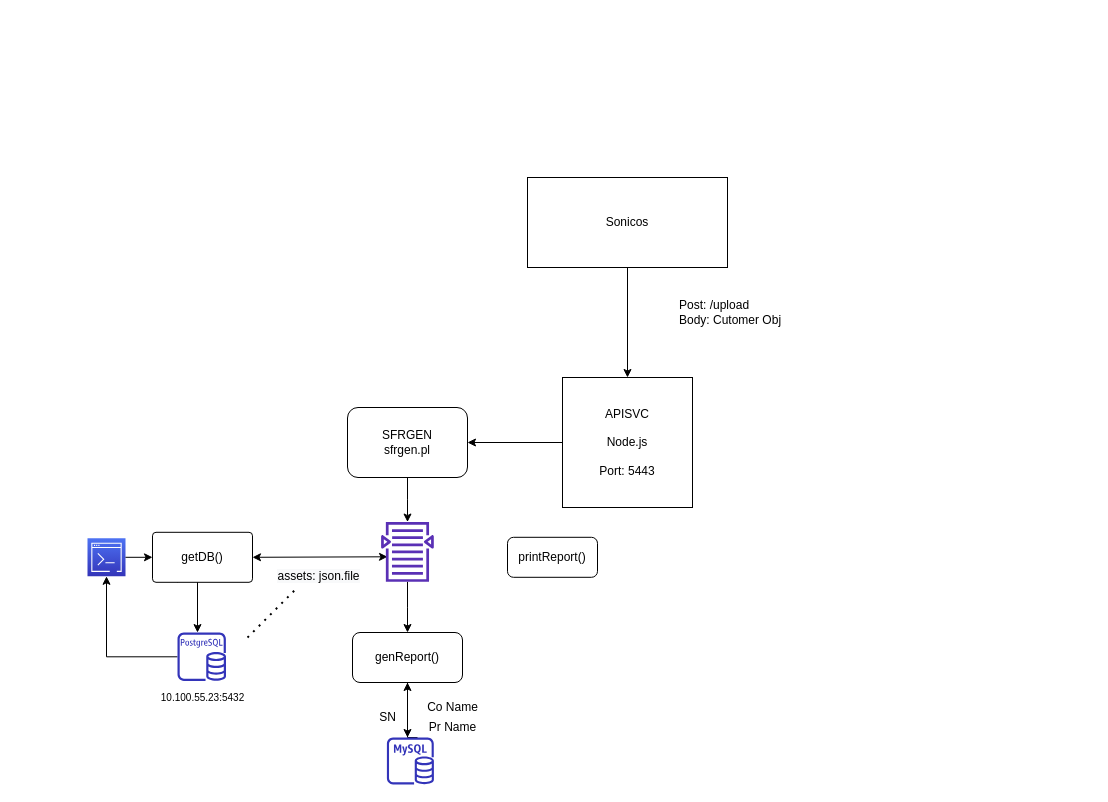
This is Untitled Diagram.drawio from BranceLee/begin-app, a draw.io file, before an edit. Source tidied: cells renumbered, new cells numbered last; positions are measured from the earlier drawing's top-left corner, leaving out a move shared by most shapes. Both pictures are drawn from the tidied source at 100%, with x=0, y=0 at pixel (87, 177). Pictures stored in the file or linked from it are replaced by grey dashed boxes.
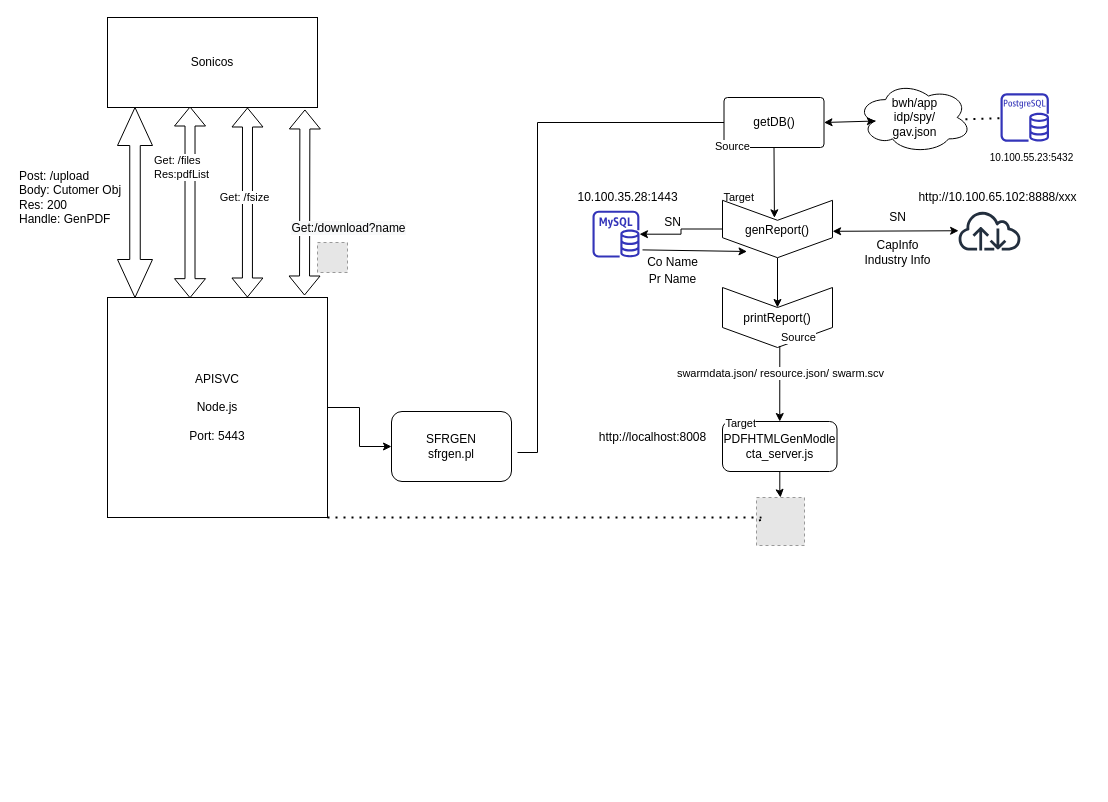
The same diagram, later.

Diff of the diagram source:
```diff
@@
     <mxCell id="2" value="Sonicos" style="rounded=0;whiteSpace=wrap;html=1;" parent="1" vertex="1">
-      <mxGeometry x="440" width="200" height="90" as="geometry" />
+      <mxGeometry x="20" y="-160" width="210" height="90" as="geometry" />
     </mxCell>
-    <mxCell id="3" value="Post: /upload&lt;br&gt;Body: Cutomer Obj" style="text;html=1;align=left;verticalAlign=middle;" parent="1" vertex="1">
-      <mxGeometry x="590" y="120" width="120" height="30" as="geometry" />
+    <mxCell id="3" value="Post: /upload&lt;br&gt;Body: Cutomer Obj&lt;br&gt;Res: 200&lt;br&gt;Handle: GenPDF" style="text;html=1;align=left;verticalAlign=middle;" parent="1" vertex="1">
+      <mxGeometry x="-70" y="-10" width="120" height="60" as="geometry" />
     </mxCell>
@@
     <mxCell id="5" value="APISVC&lt;br&gt;&lt;br&gt;Node.js&lt;br&gt;&lt;br&gt;Port: 5443" style="whiteSpace=wrap;html=1;" parent="1" vertex="1">
-      <mxGeometry x="475" y="200" width="130" height="130" as="geometry" />
+      <mxGeometry x="20" y="120" width="220" height="220" as="geometry" />
     </mxCell>
-    <mxCell id="6" style="edgeStyle=orthogonalEdgeStyle;rounded=0;jettySize=auto;html=1;" parent="1" edge="1" source="7" target="19">
-      <mxGeometry relative="1" as="geometry" />
+    <mxCell id="6" style="edgeStyle=orthogonalEdgeStyle;rounded=0;jettySize=auto;html=1;entryX=1;entryY=0.5;entryDx=0;entryDy=0;" parent="1" edge="1" target="10">
+      <mxGeometry relative="1" as="geometry">
+        <mxPoint x="430" y="275" as="sourcePoint" />
+        <Array as="points">
+          <mxPoint x="450" y="275" />
+          <mxPoint x="450" y="-55" />
+        </Array>
+      </mxGeometry>
     </mxCell>
     <mxCell id="7" value="SFRGEN&lt;br&gt;sfrgen.pl" style="rounded=1;whiteSpace=wrap;html=1;" parent="1" vertex="1">
-      <mxGeometry x="260" y="230" width="120" height="70" as="geometry" />
+      <mxGeometry x="304" y="234" width="120" height="70" as="geometry" />
     </mxCell>
-    <mxCell id="8" style="endArrow=classic;html=1;exitX=0.5;exitY=1;exitDx=0;exitDy=0;entryX=0.5;entryY=0;entryDx=0;entryDy=0;" parent="1" edge="1" source="2" target="5">
-      <mxGeometry relative="1" as="geometry" />
-    </mxCell>
-    <mxCell id="9" style="edgeStyle=orthogonalEdgeStyle;rounded=0;jettySize=auto;html=1;exitX=0.25;exitY=1;exitDx=0;exitDy=0;" parent="1" edge="1" source="10" target="22">
-      <mxGeometry relative="1" as="geometry">
-        <Array as="points">
-          <mxPoint x="90" y="392" />
-          <mxPoint x="110" y="392" />
-        </Array>
-      </mxGeometry>
-    </mxCell>
     <mxCell id="10" value="getDB()" style="whiteSpace=wrap;html=1;rounded=1;arcSize=7;" parent="1" vertex="1">
-      <mxGeometry x="65" y="354.8" width="100" height="50" as="geometry" />
+      <mxGeometry x="636.5" y="-80" width="100" height="50" as="geometry" />
     </mxCell>
-    <mxCell id="11" style="edgeStyle=orthogonalEdgeStyle;rounded=0;jettySize=auto;html=1;" parent="1" edge="1" source="12">
-      <mxGeometry relative="1" as="geometry">
-        <mxPoint x="320" y="560" as="targetPoint" />
-      </mxGeometry>
-    </mxCell>
-    <mxCell id="12" value="genReport()" style="whiteSpace=wrap;html=1;rounded=1;" parent="1" vertex="1">
-      <mxGeometry x="265" y="455" width="110" height="50" as="geometry" />
-    </mxCell>
-    <mxCell id="13" style="edgeStyle=orthogonalEdgeStyle;rounded=0;jettySize=auto;html=1;" parent="1" edge="1" source="22" target="14">
-      <mxGeometry relative="1" as="geometry" />
-    </mxCell>
-    <mxCell id="14" style="outlineConnect=0;fontColor=#232F3E;gradientColor=#4D72F3;gradientDirection=north;fillColor=#3334B9;strokeColor=#ffffff;dashed=0;verticalLabelPosition=bottom;verticalAlign=top;align=center;html=1;fontSize=12;fontStyle=0;shape=mxgraph.aws4.resourceIcon;resIcon=mxgraph.aws4.command_line_interface;" parent="1" vertex="1">
-      <mxGeometry y="360.8" width="38" height="38" as="geometry" />
-    </mxCell>
-    <mxCell id="15" style="endArrow=classic;html=1;entryX=0;entryY=0.5;entryDx=0;entryDy=0;" parent="1" edge="1" source="14" target="10">
-      <mxGeometry relative="1" as="geometry" />
-    </mxCell>
-    <mxCell id="16" value="&lt;span style=&quot;font-size: 12px ; background-color: rgb(248 , 249 , 250)&quot;&gt;assets: json.file&lt;/span&gt;" style="edgeLabel;html=1;align=center;verticalAlign=middle;" parent="15" vertex="1">
-      <mxGeometry relative="1" as="geometry">
-        <mxPoint x="178.7" y="19" as="offset" />
-      </mxGeometry>
-    </mxCell>
-    <mxCell id="17" style="endArrow=classic;startArrow=classic;html=1;exitX=1;exitY=0.5;exitDx=0;exitDy=0;" parent="1" edge="1" source="10">
-      <mxGeometry relative="1" as="geometry">
-        <mxPoint x="300" y="379.3" as="targetPoint" />
-      </mxGeometry>
-    </mxCell>
-    <mxCell id="18" style="edgeStyle=orthogonalEdgeStyle;rounded=0;jettySize=auto;html=1;" parent="1" edge="1" source="19" target="12">
-      <mxGeometry relative="1" as="geometry" />
-    </mxCell>
-    <mxCell id="19" style="outlineConnect=0;fontColor=#232F3E;gradientColor=none;fillColor=#5A30B5;strokeColor=none;dashed=0;verticalLabelPosition=bottom;verticalAlign=top;align=center;html=1;fontSize=12;fontStyle=0;shape=mxgraph.aws4.search_documents;" parent="1" vertex="1">
-      <mxGeometry x="293.6" y="344.2" width="52.7" height="60.5" as="geometry" />
-    </mxCell>
     <mxCell id="20" value="&lt;font style=&quot;font-size: 10px&quot;&gt;10.100.55.23:5432&lt;/font&gt;" style="text;html=1;align=center;verticalAlign=middle;" parent="1" vertex="1">
-      <mxGeometry x="55" y="510" width="120" height="20" as="geometry" />
+      <mxGeometry x="884" y="-30" width="120" height="20" as="geometry" />
     </mxCell>
-    <mxCell id="21" style="endArrow=none;dashed=1;html=1;dashPattern=1 3;strokeWidth=2;" parent="1" edge="1">
-      <mxGeometry relative="1" as="geometry">
-        <mxPoint x="160" y="460" as="sourcePoint" />
-        <mxPoint x="210" y="410" as="targetPoint" />
-      </mxGeometry>
-    </mxCell>
     <mxCell id="22" style="outlineConnect=0;fontColor=#232F3E;gradientColor=none;fillColor=#3334B9;strokeColor=none;dashed=0;verticalLabelPosition=bottom;verticalAlign=top;align=center;html=1;fontSize=12;fontStyle=0;shape=mxgraph.aws4.rds_postgresql_instance;" parent="1" vertex="1">
-      <mxGeometry x="90" y="455" width="48.5" height="48.5" as="geometry" />
+      <mxGeometry x="913" y="-84.2" width="48.5" height="48.5" as="geometry" />
     </mxCell>
-    <mxCell id="23" style="edgeStyle=orthogonalEdgeStyle;rounded=0;jettySize=auto;html=1;" parent="1" edge="1" source="24" target="12">
-      <mxGeometry relative="1" as="geometry">
-        <Array as="points">
-          <mxPoint x="330" y="560" />
-        </Array>
-      </mxGeometry>
-    </mxCell>
     <mxCell id="24" style="outlineConnect=0;fontColor=#232F3E;gradientColor=none;fillColor=#3334B9;strokeColor=none;dashed=0;verticalLabelPosition=bottom;verticalAlign=top;align=center;html=1;fontSize=12;fontStyle=0;shape=mxgraph.aws4.rds_mysql_instance;" parent="1" vertex="1">
-      <mxGeometry x="299.4" y="560" width="47" height="47" as="geometry" />
+      <mxGeometry x="505" y="33.1" width="47" height="47" as="geometry" />
     </mxCell>
-    <mxCell id="25" value="printReport()" style="rounded=1;whiteSpace=wrap;html=1;" parent="1" vertex="1">
-      <mxGeometry x="420" y="359.8" width="90" height="40" as="geometry" />
-    </mxCell>
     <mxCell id="26" value="Co Name" style="text;html=1;align=center;verticalAlign=middle;" parent="1" vertex="1">
-      <mxGeometry x="330" y="520" width="70" height="20" as="geometry" />
+      <mxGeometry x="549.5" y="75" width="70" height="20" as="geometry" />
     </mxCell>
     <mxCell id="27" value="SN" style="text;html=1;align=center;verticalAlign=middle;" parent="1" vertex="1">
-      <mxGeometry x="285" y="530" width="30" height="20" as="geometry" />
+      <mxGeometry x="570" y="35" width="30" height="20" as="geometry" />
     </mxCell>
     <mxCell id="28" value="Pr Name" style="text;html=1;align=center;verticalAlign=middle;" parent="1" vertex="1">
-      <mxGeometry x="335" y="540" width="60" height="20" as="geometry" />
+      <mxGeometry x="555" y="92.4" width="60" height="20" as="geometry" />
     </mxCell>
+    <mxCell id="29" style="endArrow=classic;html=1;entryX=0.305;entryY=0.528;entryDx=0;entryDy=0;entryPerimeter=0;exitX=0.5;exitY=1;exitDx=0;exitDy=0;" parent="1" edge="1" source="10" target="12">
+      <mxGeometry relative="1" as="geometry" />
+    </mxCell>
+    <mxCell id="30" value="Source" style="edgeLabel;html=1;align=left;verticalAlign=bottom;" parent="29" vertex="1">
+      <mxGeometry x="-1" relative="1" as="geometry">
+        <mxPoint x="-60.3" y="6.9" as="offset" />
+      </mxGeometry>
+    </mxCell>
+    <mxCell id="31" value="Target" style="edgeLabel;html=1;align=right;verticalAlign=bottom;" parent="29" vertex="1">
+      <mxGeometry x="1" relative="1" as="geometry">
+        <mxPoint x="-20" y="-12" as="offset" />
+      </mxGeometry>
+    </mxCell>
+    <mxCell id="32" value="10.100.35.28:1443" style="text;html=1;align=center;verticalAlign=middle;" parent="1" vertex="1">
+      <mxGeometry x="480" y="10" width="120" height="20" as="geometry" />
+    </mxCell>
+    <mxCell id="33" value="http://localhost:8008" style="text;html=1;align=center;verticalAlign=middle;" parent="1" vertex="1">
+      <mxGeometry x="505" y="250" width="120" height="20" as="geometry" />
+    </mxCell>
+    <mxCell id="25" value="printReport()" style="shape=step;perimeter=stepPerimeter;fixedSize=1;points=[];direction=south;" parent="1" vertex="1">
+      <mxGeometry x="635" y="110" width="110" height="60" as="geometry" />
+    </mxCell>
+    <mxCell id="34" style="edgeStyle=orthogonalEdgeStyle;rounded=0;jettySize=auto;html=1;" parent="1" edge="1" source="12" target="25">
+      <mxGeometry relative="1" as="geometry" />
+    </mxCell>
+    <mxCell id="35" style="edgeStyle=orthogonalEdgeStyle;rounded=0;jettySize=auto;html=1;" parent="1" edge="1" source="12" target="24">
+      <mxGeometry relative="1" as="geometry" />
+    </mxCell>
+    <mxCell id="12" value="genReport()" style="shape=step;perimeter=stepPerimeter;fixedSize=1;points=[];direction=south;" parent="1" vertex="1">
+      <mxGeometry x="635" y="22.8" width="110" height="57.4" as="geometry" />
+    </mxCell>
+    <mxCell id="36" style="endArrow=classic;html=1;" parent="1" edge="1">
+      <mxGeometry relative="1" as="geometry">
+        <mxPoint x="555" y="72.4" as="sourcePoint" />
+        <mxPoint x="659.5" y="74" as="targetPoint" />
+      </mxGeometry>
+    </mxCell>
+    <mxCell id="37" style="edgeStyle=orthogonalEdgeStyle;rounded=0;jettySize=auto;html=1;entryX=0.5;entryY=0;entryDx=0;entryDy=0;" parent="1" edge="1" source="38" target="43">
+      <mxGeometry relative="1" as="geometry" />
+    </mxCell>
+    <mxCell id="38" value="PDFHTMLGenModle&lt;br style=&quot;padding: 0px ; margin: 0px&quot;&gt;cta_server.js" style="rounded=1;whiteSpace=wrap;html=1;" parent="1" vertex="1">
+      <mxGeometry x="635" y="244" width="114.5" height="50" as="geometry" />
+    </mxCell>
+    <mxCell id="39" style="endArrow=classic;html=1;exitX=0.974;exitY=0.479;exitDx=0;exitDy=0;exitPerimeter=0;entryX=0.5;entryY=0;entryDx=0;entryDy=0;" parent="1" edge="1" source="25" target="38">
+      <mxGeometry relative="1" as="geometry" />
+    </mxCell>
+    <mxCell id="40" value="swarmdata.json/ resource.json/ swarm.scv" style="edgeLabel;html=1;align=center;verticalAlign=middle;" parent="39" vertex="1">
+      <mxGeometry relative="1" as="geometry">
+        <mxPoint y="-11.3" as="offset" />
+      </mxGeometry>
+    </mxCell>
+    <mxCell id="41" value="Source" style="edgeLabel;html=1;align=left;verticalAlign=bottom;" parent="39" vertex="1">
+      <mxGeometry x="-1" relative="1" as="geometry" />
+    </mxCell>
+    <mxCell id="42" value="Target" style="edgeLabel;html=1;align=right;verticalAlign=bottom;" parent="39" vertex="1">
+      <mxGeometry x="1" relative="1" as="geometry">
+        <mxPoint x="-23" y="9.8" as="offset" />
+      </mxGeometry>
+    </mxCell>
+    <mxCell id="43" style="fillColor=#E6E6E6;strokeColor=#999999;dashed=1;html=1;verticalAlign=top;verticalLabelPosition=bottom;labelBackgroundColor=#ffffff;" parent="1" vertex="1">
+      <mxGeometry x="669" y="320" width="48" height="48" as="geometry" />
+    </mxCell>
+    <mxCell id="44" style="shape=doubleArrow;direction=south;whiteSpace=wrap;html=1;" parent="1" vertex="1">
+      <mxGeometry x="30" y="-70" width="35" height="190" as="geometry" />
+    </mxCell>
+    <mxCell id="45" style="shape=flexArrow;endArrow=classic;startArrow=classic;html=1;entryX=0.94;entryY=1.022;entryDx=0;entryDy=0;entryPerimeter=0;" parent="1" edge="1" target="2">
+      <mxGeometry relative="1" as="geometry">
+        <mxPoint x="217" y="118" as="sourcePoint" />
+      </mxGeometry>
+    </mxCell>
+    <mxCell id="46" value="&lt;span style=&quot;font-size: 12px ; background-color: rgb(248 , 249 , 250)&quot;&gt;Get:/download?name&lt;/span&gt;" style="edgeLabel;html=1;align=center;verticalAlign=middle;" parent="45" vertex="1">
+      <mxGeometry x="-0.29" y="1" relative="1" as="geometry">
+        <mxPoint x="43.9" y="-1.3" as="offset" />
+      </mxGeometry>
+    </mxCell>
+    <mxCell id="47" style="fillColor=#E6E6E6;strokeColor=#999999;dashed=1;html=1;verticalAlign=top;verticalLabelPosition=bottom;labelBackgroundColor=#ffffff;" parent="1" vertex="1">
+      <mxGeometry x="230" y="65" width="30" height="30" as="geometry" />
+    </mxCell>
+    <mxCell id="48" style="shape=flexArrow;endArrow=classic;startArrow=classic;html=1;entryX=0.393;entryY=0.989;entryDx=0;entryDy=0;entryPerimeter=0;exitX=0.375;exitY=0.003;exitDx=0;exitDy=0;exitPerimeter=0;" parent="1" edge="1" source="5" target="2">
+      <mxGeometry relative="1" as="geometry" />
+    </mxCell>
+    <mxCell id="49" value="Get: /files&lt;br&gt;Res:pdfList" style="edgeLabel;html=1;align=left;verticalAlign=middle;" parent="48" vertex="1">
+      <mxGeometry x="0.25" y="2" relative="1" as="geometry">
+        <mxPoint x="-35.5" y="-10.7" as="offset" />
+      </mxGeometry>
+    </mxCell>
+    <mxCell id="50" style="shape=flexArrow;endArrow=classic;startArrow=classic;html=1;exitX=0.636;exitY=0;exitDx=0;exitDy=0;exitPerimeter=0;" parent="1" edge="1" source="5">
+      <mxGeometry relative="1" as="geometry">
+        <mxPoint x="160" y="-70" as="targetPoint" />
+      </mxGeometry>
+    </mxCell>
+    <mxCell id="51" value="Get: /fsize&lt;br&gt;" style="edgeLabel;html=1;align=center;verticalAlign=middle;" parent="50" vertex="1">
+      <mxGeometry x="-0.16" y="3" relative="1" as="geometry">
+        <mxPoint y="-20" as="offset" />
+      </mxGeometry>
+    </mxCell>
+    <mxCell id="52" style="endArrow=none;dashed=1;html=1;dashPattern=1 3;strokeWidth=2;entryX=0;entryY=0.5;entryDx=0;entryDy=0;exitX=1;exitY=1;exitDx=0;exitDy=0;" parent="1" edge="1" source="5" target="43">
+      <mxGeometry relative="1" as="geometry">
+        <Array as="points">
+          <mxPoint x="680" y="340" />
+        </Array>
+      </mxGeometry>
+    </mxCell>
+    <mxCell id="53" style="outlineConnect=0;fontColor=#232F3E;gradientColor=none;fillColor=#232F3E;strokeColor=none;dashed=0;verticalLabelPosition=bottom;verticalAlign=top;align=center;html=1;fontSize=12;fontStyle=0;shape=mxgraph.aws4.internet;" parent="1" vertex="1">
+      <mxGeometry x="869.5" y="33.1" width="65" height="40" as="geometry" />
+    </mxCell>
+    <mxCell id="54" value="SN" style="text;html=1;align=center;verticalAlign=middle;" parent="1" vertex="1">
+      <mxGeometry x="794.5" y="30" width="30" height="20" as="geometry" />
+    </mxCell>
+    <mxCell id="55" value="CapInfo&lt;br&gt;Industry Info" style="text;html=1;align=center;verticalAlign=middle;" parent="1" vertex="1">
+      <mxGeometry x="769.5" y="60" width="80" height="30" as="geometry" />
+    </mxCell>
+    <mxCell id="56" value="http://10.100.65.102:8888/xxx" style="text;html=1;align=center;verticalAlign=middle;" parent="1" vertex="1">
+      <mxGeometry x="824.5" y="10" width="170" height="20" as="geometry" />
+    </mxCell>
+    <mxCell id="57" style="endArrow=none;dashed=1;html=1;dashPattern=1 3;strokeWidth=2;exitX=0.947;exitY=0.526;exitDx=0;exitDy=0;exitPerimeter=0;" parent="1" edge="1" source="58" target="22">
+      <mxGeometry relative="1" as="geometry" />
+    </mxCell>
+    <mxCell id="58" value="bwh/app&lt;br&gt;idp/spy/&lt;br&gt;gav.json" style="ellipse;shape=cloud;whiteSpace=wrap;html=1;" parent="1" vertex="1">
+      <mxGeometry x="769.5" y="-95.8" width="114.5" height="71.5" as="geometry" />
+    </mxCell>
+    <mxCell id="59" style="endArrow=classic;startArrow=classic;html=1;exitX=1;exitY=0.5;exitDx=0;exitDy=0;entryX=0.16;entryY=0.55;entryDx=0;entryDy=0;entryPerimeter=0;" parent="1" edge="1" source="10" target="58">
+      <mxGeometry relative="1" as="geometry" />
+    </mxCell>
+    <mxCell id="60" style="endArrow=classic;startArrow=classic;html=1;exitX=0.54;exitY=-0.001;exitDx=0;exitDy=0;exitPerimeter=0;" parent="1" edge="1" source="12" target="53">
+      <mxGeometry relative="1" as="geometry" />
+    </mxCell>
```
